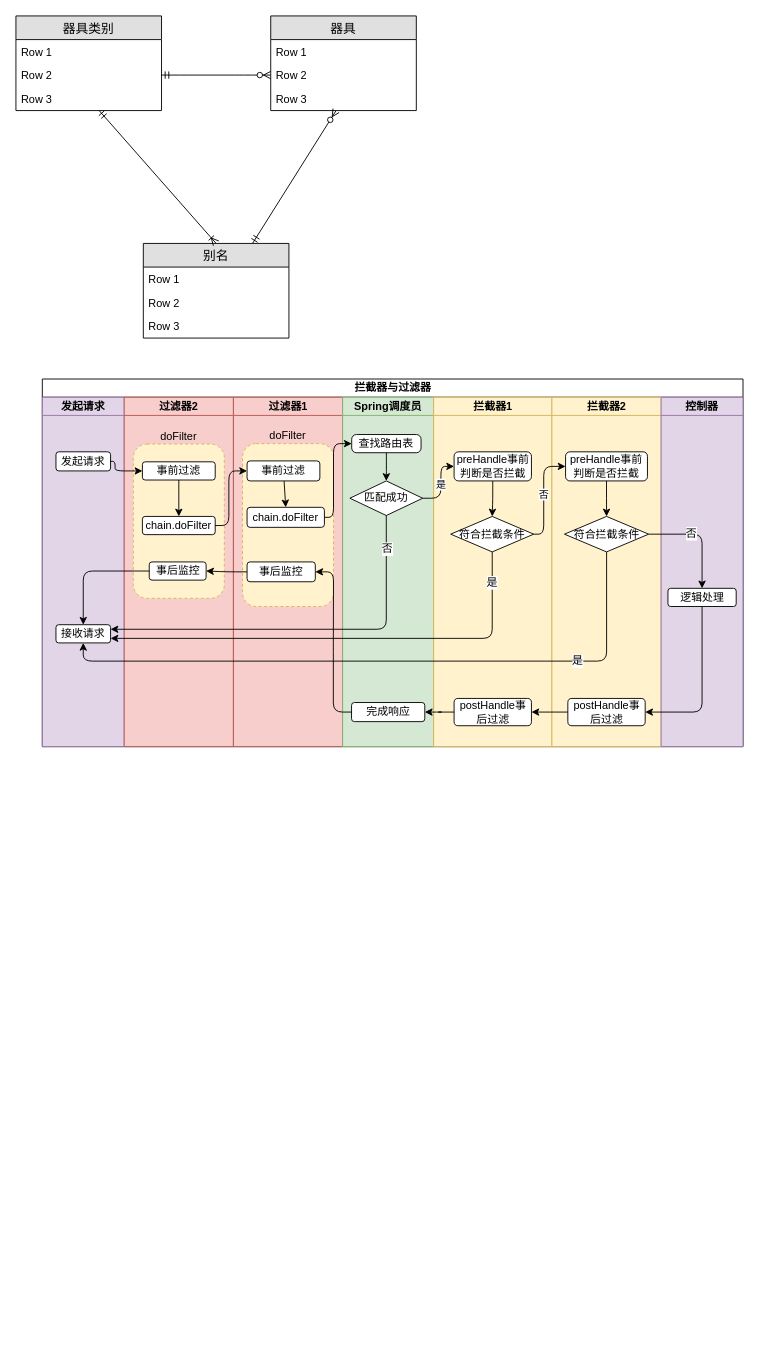
mengyunzhi/spring-boot-and-angular-guild keeps this draw.io diagram as doucment/5.2.8.drawio. Above is the earlier version. Source tidied: cells renumbered, new cells numbered last; positions are measured from the earlier drawing's top-left corner, leaving out a move shared by most shapes. Both pictures are drawn from the tidied source at 91%, with x=0, y=0 at pixel (15, 15).
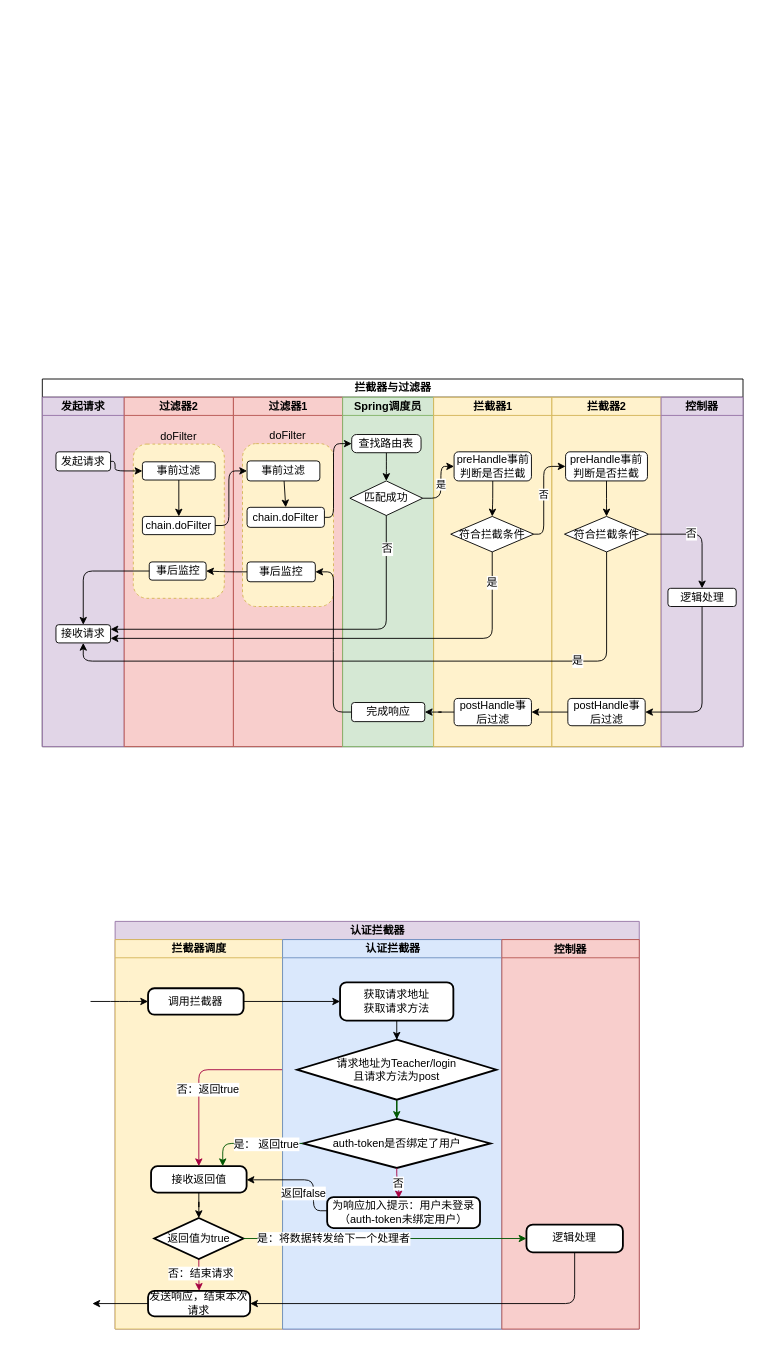
Above is the later version.

The edit, as a diff of the source:
```diff
@@
-    <mxCell id="2" value="器具" style="swimlane;fontStyle=0;horizontal=1;startSize=26;fillColor=#e0e0e0;swimlaneFillColor=#ffffff;align=center;fontSize=14;" parent="1" vertex="1">
-      <mxGeometry x="280" width="160" height="104" as="geometry" />
-    </mxCell>
-    <mxCell id="3" value="Row 1" style="text;strokeColor=none;fillColor=none;spacingLeft=4;spacingRight=4;overflow=hidden;fontSize=12;" parent="2" vertex="1">
-      <mxGeometry y="26" width="160" height="26" as="geometry" />
-    </mxCell>
-    <mxCell id="4" value="Row 2" style="text;strokeColor=none;fillColor=none;spacingLeft=4;spacingRight=4;overflow=hidden;points=[[0,0.5],[1,0.5]];portConstraint=eastwest;fontSize=12;" parent="2" vertex="1">
-      <mxGeometry y="52" width="160" height="26" as="geometry" />
-    </mxCell>
-    <mxCell id="5" value="Row 3" style="text;strokeColor=none;fillColor=none;spacingLeft=4;spacingRight=4;overflow=hidden;points=[[0,0.5],[1,0.5]];portConstraint=eastwest;fontSize=12;" parent="2" vertex="1">
-      <mxGeometry y="78" width="160" height="26" as="geometry" />
-    </mxCell>
-    <mxCell id="6" value="器具类别" style="swimlane;fontStyle=0;horizontal=1;startSize=26;fillColor=#e0e0e0;swimlaneFillColor=#ffffff;align=center;fontSize=14;" parent="1" vertex="1">
-      <mxGeometry width="160" height="104" as="geometry" />
-    </mxCell>
-    <mxCell id="7" value="Row 1" style="text;strokeColor=none;fillColor=none;spacingLeft=4;spacingRight=4;overflow=hidden;fontSize=12;" parent="6" vertex="1">
-      <mxGeometry y="26" width="160" height="26" as="geometry" />
-    </mxCell>
-    <mxCell id="8" value="Row 2" style="text;strokeColor=none;fillColor=none;spacingLeft=4;spacingRight=4;overflow=hidden;points=[[0,0.5],[1,0.5]];portConstraint=eastwest;fontSize=12;" parent="6" vertex="1">
-      <mxGeometry y="52" width="160" height="26" as="geometry" />
-    </mxCell>
-    <mxCell id="9" value="Row 3" style="text;strokeColor=none;fillColor=none;spacingLeft=4;spacingRight=4;overflow=hidden;points=[[0,0.5],[1,0.5]];portConstraint=eastwest;fontSize=12;" parent="6" vertex="1">
-      <mxGeometry y="78" width="160" height="26" as="geometry" />
-    </mxCell>
-    <mxCell id="10" value="别名" style="swimlane;fontStyle=0;horizontal=1;startSize=26;fillColor=#e0e0e0;swimlaneFillColor=#ffffff;align=center;fontSize=14;" parent="1" vertex="1">
-      <mxGeometry x="140" y="250" width="160" height="104" as="geometry" />
-    </mxCell>
-    <mxCell id="11" value="Row 1" style="text;strokeColor=none;fillColor=none;spacingLeft=4;spacingRight=4;overflow=hidden;fontSize=12;" parent="10" vertex="1">
-      <mxGeometry y="26" width="160" height="26" as="geometry" />
-    </mxCell>
-    <mxCell id="12" value="Row 2" style="text;strokeColor=none;fillColor=none;spacingLeft=4;spacingRight=4;overflow=hidden;fontSize=12;" parent="10" vertex="1">
-      <mxGeometry y="52" width="160" height="26" as="geometry" />
-    </mxCell>
-    <mxCell id="13" value="Row 3" style="text;strokeColor=none;fillColor=none;spacingLeft=4;spacingRight=4;overflow=hidden;fontSize=12;" parent="10" vertex="1">
-      <mxGeometry y="78" width="160" height="26" as="geometry" />
-    </mxCell>
-    <mxCell id="14" style="edgeStyle=entityRelationEdgeStyle;fontSize=12;html=1;endArrow=ERzeroToMany;startArrow=ERmandOne;entryX=0;entryY=0.5;entryDx=0;entryDy=0;exitX=1;exitY=0.5;exitDx=0;exitDy=0;" parent="1" edge="1" source="8" target="4">
-      <mxGeometry relative="1" as="geometry" />
-    </mxCell>
-    <mxCell id="15" style="fontSize=12;html=1;endArrow=ERoneToMany;startArrow=ERmandOne;entryX=0.5;entryY=0;entryDx=0;entryDy=0;" parent="1" edge="1" source="9" target="10">
-      <mxGeometry relative="1" as="geometry" />
-    </mxCell>
-    <mxCell id="16" style="fontSize=12;html=1;endArrow=ERzeroToMany;startArrow=ERmandOne;exitX=0.75;exitY=0;exitDx=0;exitDy=0;" parent="1" edge="1" source="10" target="5">
-      <mxGeometry relative="1" as="geometry" />
-    </mxCell>
@@
+    <mxCell id="69" value="认证拦截器" style="swimlane;html=1;startSize=20;fillColor=#e1d5e7;strokeColor=#9673a6;" parent="1" vertex="1">
+      <mxGeometry x="109" y="995" width="576" height="448" as="geometry" />
+    </mxCell>
+    <mxCell id="70" value="拦截器调度" style="swimlane;html=1;startSize=20;fillColor=#fff2cc;strokeColor=#d6b656;swimlaneFillColor=#FFF2CC;" parent="69" vertex="1">
+      <mxGeometry y="20" width="184" height="428" as="geometry" />
+    </mxCell>
+    <mxCell id="71" value="调用拦截器" style="rounded=1;whiteSpace=wrap;html=1;absoluteArcSize=1;arcSize=14;strokeWidth=2;" parent="70" vertex="1">
+      <mxGeometry x="36.2" y="53.5" width="105" height="29" as="geometry" />
+    </mxCell>
+    <mxCell id="72" style="edgeStyle=orthogonalEdgeStyle;rounded=1;jettySize=auto;html=1;" parent="70" edge="1" source="73" target="76">
+      <mxGeometry relative="1" as="geometry" />
+    </mxCell>
+    <mxCell id="73" value="接收返回值" style="rounded=1;whiteSpace=wrap;html=1;absoluteArcSize=1;arcSize=14;strokeWidth=2;" parent="70" vertex="1">
+      <mxGeometry x="39.5" y="249" width="105" height="29" as="geometry" />
+    </mxCell>
+    <mxCell id="74" style="edgeStyle=orthogonalEdgeStyle;rounded=1;jettySize=auto;html=1;fillColor=#d80073;strokeColor=#A50040;" parent="70" edge="1" source="76" target="77">
+      <mxGeometry relative="1" as="geometry" />
+    </mxCell>
+    <mxCell id="75" value="否：结束请求" style="text;html=1;align=center;verticalAlign=middle;labelBackgroundColor=#ffffff;" parent="74" vertex="1">
+      <mxGeometry x="0.67" y="13" relative="1" as="geometry">
+        <mxPoint x="-12" y="-13" as="offset" />
+      </mxGeometry>
+    </mxCell>
+    <mxCell id="76" value="返回值为true" style="strokeWidth=2;html=1;shape=mxgraph.flowchart.decision;whiteSpace=wrap;" parent="70" vertex="1">
+      <mxGeometry x="43" y="306" width="98" height="45" as="geometry" />
+    </mxCell>
+    <mxCell id="77" value="发送响应，结束本次请求" style="rounded=1;whiteSpace=wrap;html=1;absoluteArcSize=1;arcSize=14;strokeWidth=2;" parent="70" vertex="1">
+      <mxGeometry x="36.2" y="386" width="112.2" height="28" as="geometry" />
+    </mxCell>
+    <mxCell id="78" style="edgeStyle=orthogonalEdgeStyle;rounded=1;jettySize=auto;html=1;fillColor=#d80073;strokeColor=#A50040;" parent="69" edge="1" source="84" target="73">
+      <mxGeometry relative="1" as="geometry" />
+    </mxCell>
+    <mxCell id="79" value="否：返回true" style="text;html=1;align=center;verticalAlign=middle;labelBackgroundColor=#ffffff;" parent="78" vertex="1">
+      <mxGeometry x="-0.08" y="1" relative="1" as="geometry">
+        <mxPoint x="-0.6" y="20.5" as="offset" />
+      </mxGeometry>
+    </mxCell>
+    <mxCell id="80" value="认证拦截器" style="swimlane;html=1;startSize=20;fillColor=#dae8fc;strokeColor=#6c8ebf;swimlaneFillColor=#DAE8FC;" parent="69" vertex="1">
+      <mxGeometry x="184" y="20" width="241" height="428" as="geometry" />
+    </mxCell>
+    <mxCell id="81" style="edgeStyle=orthogonalEdgeStyle;rounded=0;jettySize=auto;html=1;" parent="80" edge="1" source="82" target="84">
+      <mxGeometry relative="1" as="geometry" />
+    </mxCell>
+    <mxCell id="82" value="获取请求地址&lt;br&gt;获取请求方法" style="rounded=1;whiteSpace=wrap;html=1;absoluteArcSize=1;arcSize=14;strokeWidth=2;" parent="80" vertex="1">
+      <mxGeometry x="63.2" y="47" width="124.5" height="42" as="geometry" />
+    </mxCell>
+    <mxCell id="83" style="edgeStyle=orthogonalEdgeStyle;rounded=0;jettySize=auto;html=1;fillColor=#008a00;strokeColor=#005700;" parent="80" edge="1" source="84" target="85">
+      <mxGeometry relative="1" as="geometry" />
+    </mxCell>
+    <mxCell id="84" value="请求地址为Teacher/login&lt;br&gt;且请求方法为post" style="strokeWidth=2;html=1;shape=mxgraph.flowchart.decision;whiteSpace=wrap;" parent="80" vertex="1">
+      <mxGeometry x="16" y="110" width="219" height="66" as="geometry" />
+    </mxCell>
+    <mxCell id="85" value="auth-token是否绑定了用户" style="strokeWidth=2;html=1;shape=mxgraph.flowchart.decision;whiteSpace=wrap;" parent="80" vertex="1">
+      <mxGeometry x="22.5" y="197" width="206" height="54" as="geometry" />
+    </mxCell>
+    <mxCell id="86" value="为响应加入提示：用户未登录（auth-token未绑定用户）" style="rounded=1;whiteSpace=wrap;html=1;absoluteArcSize=1;arcSize=14;strokeWidth=2;" parent="80" vertex="1">
+      <mxGeometry x="49" y="283" width="168" height="34" as="geometry" />
+    </mxCell>
+    <mxCell id="87" style="edgeStyle=orthogonalEdgeStyle;rounded=1;jettySize=auto;html=1;fillColor=#d80073;strokeColor=#A50040;entryX=0.468;entryY=0.04;entryDx=0;entryDy=0;entryPerimeter=0;" parent="80" edge="1" source="85" target="86">
+      <mxGeometry relative="1" as="geometry">
+        <Array as="points">
+          <mxPoint x="125" y="264" />
+          <mxPoint x="127" y="264" />
+        </Array>
+      </mxGeometry>
+    </mxCell>
+    <mxCell id="88" value="否" style="text;html=1;align=center;verticalAlign=middle;labelBackgroundColor=#ffffff;" parent="87" vertex="1">
+      <mxGeometry x="0.09" y="-1" relative="1" as="geometry" />
+    </mxCell>
+    <mxCell id="89" value="控制器" style="swimlane;startSize=20;fillColor=#f8cecc;strokeColor=#b85450;swimlaneFillColor=#F8CECC;" parent="69" vertex="1">
+      <mxGeometry x="425" y="20" width="151" height="428" as="geometry" />
+    </mxCell>
+    <mxCell id="90" value="逻辑处理" style="rounded=1;whiteSpace=wrap;html=1;absoluteArcSize=1;arcSize=14;strokeWidth=2;" parent="89" vertex="1">
+      <mxGeometry x="27" y="313.2" width="106" height="30.5" as="geometry" />
+    </mxCell>
+    <mxCell id="91" style="edgeStyle=orthogonalEdgeStyle;rounded=1;jettySize=auto;html=1;fillColor=#008a00;strokeColor=#005700;" parent="69" edge="1" source="76" target="90">
+      <mxGeometry relative="1" as="geometry" />
+    </mxCell>
+    <mxCell id="92" value="是：将数据转发给下一个处理者" style="text;html=1;align=center;verticalAlign=middle;labelBackgroundColor=#ffffff;" parent="91" vertex="1">
+      <mxGeometry x="-0.29" y="-1" relative="1" as="geometry">
+        <mxPoint x="-12" y="-1" as="offset" />
+      </mxGeometry>
+    </mxCell>
+    <mxCell id="93" style="edgeStyle=orthogonalEdgeStyle;rounded=1;jettySize=auto;html=1;entryX=0.75;entryY=0;entryDx=0;entryDy=0;fillColor=#008a00;strokeColor=#005700;" parent="69" edge="1" source="85" target="73">
+      <mxGeometry relative="1" as="geometry" />
+    </mxCell>
+    <mxCell id="94" value="是： 返回true" style="text;html=1;align=center;verticalAlign=middle;labelBackgroundColor=#ffffff;" parent="93" vertex="1">
+      <mxGeometry x="0.15" y="-2" relative="1" as="geometry">
+        <mxPoint x="24.3" y="2" as="offset" />
+      </mxGeometry>
+    </mxCell>
+    <mxCell id="95" style="edgeStyle=orthogonalEdgeStyle;rounded=1;jettySize=auto;html=1;entryX=1;entryY=0.5;entryDx=0;entryDy=0;" parent="69" edge="1" source="90" target="77">
+      <mxGeometry relative="1" as="geometry">
+        <Array as="points">
+          <mxPoint x="505" y="420" />
+        </Array>
+      </mxGeometry>
+    </mxCell>
+    <mxCell id="96" style="edgeStyle=orthogonalEdgeStyle;rounded=1;jettySize=auto;html=1;entryX=0;entryY=0.5;entryDx=0;entryDy=0;" parent="69" edge="1" source="71" target="82">
+      <mxGeometry relative="1" as="geometry" />
+    </mxCell>
+    <mxCell id="97" style="edgeStyle=orthogonalEdgeStyle;rounded=1;jettySize=auto;html=1;startArrow=none;startFill=0;endArrow=classic;endFill=1;" parent="69" edge="1" source="86" target="73">
+      <mxGeometry relative="1" as="geometry">
+        <Array as="points">
+          <mxPoint x="218" y="318" />
+          <mxPoint x="218" y="284" />
+        </Array>
+      </mxGeometry>
+    </mxCell>
+    <mxCell id="98" value="返回false" style="text;html=1;align=center;verticalAlign=middle;labelBackgroundColor=#ffffff;" parent="97" vertex="1">
+      <mxGeometry x="0.51" relative="1" as="geometry">
+        <mxPoint x="31.1" y="14.5" as="offset" />
+      </mxGeometry>
+    </mxCell>
+    <mxCell id="99" style="edgeStyle=orthogonalEdgeStyle;rounded=1;jettySize=auto;html=1;endArrow=none;endFill=0;startArrow=classic;startFill=1;" parent="1" edge="1" source="71">
+      <mxGeometry relative="1" as="geometry">
+        <mxPoint x="82" y="1083" as="targetPoint" />
+      </mxGeometry>
+    </mxCell>
+    <mxCell id="100" style="edgeStyle=orthogonalEdgeStyle;rounded=1;jettySize=auto;html=1;startArrow=none;startFill=0;endArrow=classic;endFill=1;" parent="1" edge="1" source="77">
+      <mxGeometry relative="1" as="geometry">
+        <mxPoint x="84" y="1415" as="targetPoint" />
+        <Array as="points">
+          <mxPoint x="84" y="1415" />
+        </Array>
+      </mxGeometry>
+    </mxCell>
```
